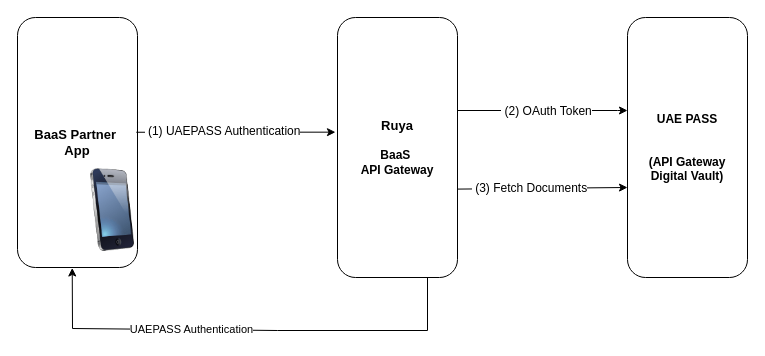
santoshb-git/santoshb-git keeps this draw.io diagram as UAEPASSFlow.drawio. Above is the earlier version. Source tidied: cells renumbered, new cells numbered last; positions are measured from the earlier drawing's top-left corner, leaving out a move shared by most shapes. Both pictures are drawn from the tidied source at 100%, with x=0, y=0 at pixel (17, 17).
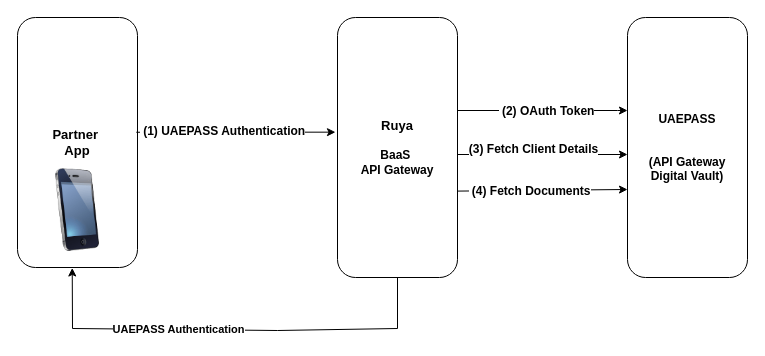
The same page after the edit.

The change refers to these unchanged cells:
```xml
<mxCell id="3" style="edgeStyle=orthogonalEdgeStyle;rounded=0;jettySize=auto;html=1;" parent="1" edge="1" source="5" target="6">
  <mxGeometry relative="1" as="geometry">
    <Array as="points">
      <mxPoint x="600" y="93" />
      <mxPoint x="600" y="93" />
    </Array>
  </mxGeometry>
</mxCell>
<mxCell id="5" value="&lt;b&gt;&lt;font style=&quot;font-size: 13px;&quot;&gt;Ruya&lt;/font&gt;&lt;/b&gt;&lt;div&gt;&lt;b&gt;&lt;br&gt;&lt;/b&gt;&lt;/div&gt;&lt;div&gt;&lt;b&gt;BaaS&amp;nbsp;&lt;/b&gt;&lt;div&gt;&lt;b&gt;API Gateway&lt;/b&gt;&lt;/div&gt;&lt;/div&gt;" style="rounded=1;whiteSpace=wrap;html=1;" parent="1" vertex="1">
  <mxGeometry x="320" width="120" height="260" as="geometry" />
</mxCell>
<mxCell id="9" style="endArrow=classic;html=1;rounded=0;entryX=-0.017;entryY=0.441;entryDx=0;entryDy=0;entryPerimeter=0;exitX=0.99;exitY=0.459;exitDx=0;exitDy=0;exitPerimeter=0;" parent="1" edge="1" source="2" target="5">
  <mxGeometry relative="1" as="geometry" />
</mxCell>
```

Diff of the diagram source:
```diff
@@
-    <mxCell id="2" value="&lt;b&gt;&lt;font style=&quot;font-size: 13px;&quot;&gt;BaaS Partner&amp;nbsp;&lt;/font&gt;&lt;/b&gt;&lt;div&gt;&lt;b&gt;&lt;font style=&quot;font-size: 13px;&quot;&gt;App&lt;/font&gt;&lt;/b&gt;&lt;/div&gt;" style="rounded=1;whiteSpace=wrap;html=1;" parent="1" vertex="1">
+    <mxCell id="2" value="&lt;b&gt;&lt;font style=&quot;font-size: 13px;&quot;&gt;Partner&amp;nbsp;&lt;/font&gt;&lt;/b&gt;&lt;div&gt;&lt;b&gt;&lt;font style=&quot;font-size: 13px;&quot;&gt;App&lt;/font&gt;&lt;/b&gt;&lt;/div&gt;" style="rounded=1;whiteSpace=wrap;html=1;" parent="1" vertex="1">
       <mxGeometry width="120" height="250" as="geometry" />
     </mxCell>
@@
-    <mxCell id="4" value="&lt;font style=&quot;font-size: 12px;&quot;&gt;&amp;nbsp;(2) OAuth Token&lt;/font&gt;" style="edgeLabel;html=1;align=center;verticalAlign=middle;" parent="3" vertex="1">
+    <mxCell id="4" value="&lt;font style=&quot;font-size: 12px;&quot;&gt;&amp;nbsp;(2) OAuth Token&lt;/font&gt;" style="edgeLabel;html=1;align=center;verticalAlign=middle;fontStyle=1;" parent="3" vertex="1">
       <mxGeometry x="0.03" relative="1" as="geometry" />
     </mxCell>
@@
-    <mxCell id="6" value="&lt;b&gt;UAE PASS&lt;/b&gt;&lt;div&gt;&lt;br&gt;&lt;/div&gt;&lt;div&gt;&lt;br&gt;&lt;/div&gt;&lt;div&gt;&lt;b&gt;(API Gateway&lt;/b&gt;&lt;/div&gt;&lt;div&gt;&lt;b&gt;Digital Vault)&lt;/b&gt;&lt;/div&gt;" style="rounded=1;whiteSpace=wrap;html=1;" parent="1" vertex="1">
+    <mxCell id="6" value="&lt;b&gt;UAEPASS&lt;/b&gt;&lt;div&gt;&lt;br&gt;&lt;/div&gt;&lt;div&gt;&lt;br&gt;&lt;/div&gt;&lt;div&gt;&lt;b&gt;(API Gateway&lt;/b&gt;&lt;/div&gt;&lt;div&gt;&lt;b&gt;Digital Vault)&lt;/b&gt;&lt;/div&gt;" style="rounded=1;whiteSpace=wrap;html=1;" parent="1" vertex="1">
       <mxGeometry x="610" width="120" height="260" as="geometry" />
     </mxCell>
-    <mxCell id="7" style="endArrow=classic;html=1;rounded=0;exitX=0.997;exitY=0.66;exitDx=0;exitDy=0;exitPerimeter=0;" parent="1" edge="1" source="5">
+    <mxCell id="7" style="endArrow=classic;html=1;rounded=0;exitX=0.997;exitY=0.66;exitDx=0;exitDy=0;exitPerimeter=0;" parent="1" edge="1">
       <mxGeometry relative="1" as="geometry">
-        <mxPoint x="610" y="170" as="targetPoint" />
+        <mxPoint x="439.6" y="173.6" as="sourcePoint" />
+        <mxPoint x="610" y="172" as="targetPoint" />
       </mxGeometry>
     </mxCell>
-    <mxCell id="8" value="&lt;font style=&quot;font-size: 12px;&quot;&gt;&amp;nbsp;(3) Fetch Documents&lt;/font&gt;" style="edgeLabel;html=1;align=center;verticalAlign=middle;" parent="7" vertex="1">
-      <mxGeometry x="-0.15" relative="1" as="geometry" />
+    <mxCell id="8" value="&lt;font style=&quot;font-size: 12px;&quot;&gt;&amp;nbsp;(4) Fetch Documents&lt;/font&gt;" style="edgeLabel;html=1;align=center;verticalAlign=middle;fontStyle=1;" parent="7" vertex="1">
+      <mxGeometry x="-0.15" relative="1" as="geometry">
+        <mxPoint y="1" as="offset" />
+      </mxGeometry>
     </mxCell>
@@
-    <mxCell id="10" value="&lt;font style=&quot;font-size: 12px;&quot;&gt;&amp;nbsp;(1) UAEPASS Authentication&lt;/font&gt;" style="edgeLabel;html=1;align=center;verticalAlign=middle;" parent="9" vertex="1">
+    <mxCell id="10" value="&lt;font style=&quot;font-size: 12px;&quot;&gt;&amp;nbsp;(1) UAEPASS Authentication&lt;/font&gt;" style="edgeLabel;html=1;align=center;verticalAlign=middle;fontStyle=1;" parent="9" vertex="1">
       <mxGeometry x="-0.14" y="1" relative="1" as="geometry" />
     </mxCell>
-    <mxCell id="11" style="endArrow=classic;html=1;rounded=0;entryX=0.456;entryY=1.002;entryDx=0;entryDy=0;entryPerimeter=0;" parent="1" edge="1" target="2">
+    <mxCell id="11" style="endArrow=classic;html=1;rounded=0;entryX=0.456;entryY=1.002;entryDx=0;entryDy=0;entryPerimeter=0;exitX=0.5;exitY=1;exitDx=0;exitDy=0;" parent="1" edge="1" source="5" target="2">
       <mxGeometry relative="1" as="geometry">
-        <mxPoint x="410" y="260" as="sourcePoint" />
         <Array as="points">
-          <mxPoint x="410" y="313" />
+          <mxPoint x="380" y="311" />
           <mxPoint x="260" y="313" />
           <mxPoint x="55" y="311" />
         </Array>
       </mxGeometry>
     </mxCell>
-    <mxCell id="12" value="UAEPASS Authentication" style="edgeLabel;html=1;align=center;verticalAlign=middle;" parent="11" vertex="1">
+    <mxCell id="12" value="UAEPASS Authentication" style="edgeLabel;html=1;align=center;verticalAlign=middle;fontStyle=1;" parent="11" vertex="1">
       <mxGeometry x="0.24" y="-1" relative="1" as="geometry" />
     </mxCell>
     <mxCell id="13" style="image;html=1;image=img/lib/clip_art/telecommunication/iPhone_128x128.png;" parent="1" vertex="1">
-      <mxGeometry x="50" y="151" width="90" height="83" as="geometry" />
+      <mxGeometry x="15" y="151" width="90" height="83" as="geometry" />
     </mxCell>
+    <mxCell id="14" style="endArrow=classic;html=1;rounded=0;exitX=1;exitY=0.75;exitDx=0;exitDy=0;entryX=0;entryY=0.75;entryDx=0;entryDy=0;" parent="1" edge="1">
+      <mxGeometry relative="1" as="geometry">
+        <mxPoint x="440" y="137" as="sourcePoint" />
+        <mxPoint x="610" y="137" as="targetPoint" />
+      </mxGeometry>
+    </mxCell>
+    <mxCell id="15" value="&lt;b&gt;&lt;font style=&quot;font-size: 12px;&quot;&gt;(3) Fetch Client Details&lt;/font&gt;&lt;/b&gt;" style="edgeLabel;html=1;align=center;verticalAlign=middle;" parent="14" vertex="1">
+      <mxGeometry x="-0.12" y="6" relative="1" as="geometry" />
+    </mxCell>
```
